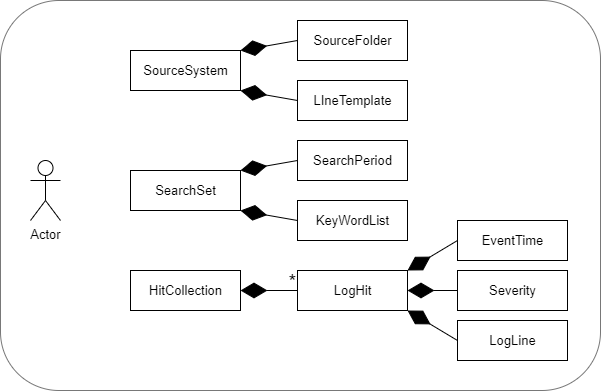
Earlier version of the draw.io export Illustrationer/LogWatcher_DomainModel_V1.drawio.png (FaderVader/CPH_Afgangsprojekt_2022). Source tidied: cells renumbered, new cells last; positions are measured from the earlier drawing's top-left corner, leaving out a move shared by most shapes.
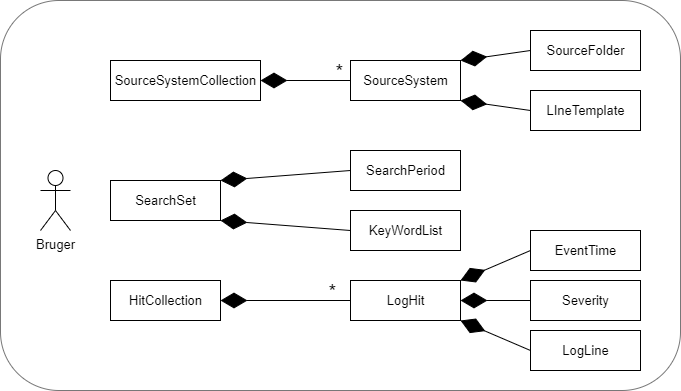
The same file after the commit.

What changed in the source:
```diff
@@ -2,20 +2,20 @@
   <root>
     <mxCell id="0" />
     <mxCell id="1" parent="0" />
-    <mxCell id="2" style="rounded=1;whiteSpace=wrap;html=1;labelBackgroundColor=none;fontSize=13;fillColor=none;glass=0;sketch=0;strokeColor=#787878;" parent="1" vertex="1">
-      <mxGeometry width="600" height="390" as="geometry" />
-    </mxCell>
+    <mxCell id="24" style="rounded=1;whiteSpace=wrap;html=1;labelBackgroundColor=none;fontSize=13;fillColor=none;glass=0;sketch=0;strokeColor=#787878;" parent="1" vertex="1">
+      <mxGeometry x="-60" y="-10" width="680" height="390" as="geometry" />
+    </mxCell>
     <mxCell id="3" value="&lt;font style=&quot;font-size: 13px;&quot;&gt;SourceSystem&lt;/font&gt;" style="html=1;" parent="1" vertex="1">
-      <mxGeometry x="130" y="50" width="110" height="40" as="geometry" />
+      <mxGeometry x="290" y="50" width="110" height="40" as="geometry" />
     </mxCell>
-    <mxCell id="4" value="Actor" style="shape=umlActor;verticalLabelPosition=bottom;verticalAlign=top;html=1;fontSize=13;" parent="1" vertex="1">
-      <mxGeometry x="30" y="160" width="30" height="60" as="geometry" />
-    </mxCell>
+    <mxCell id="25" value="Bruger" style="shape=umlActor;verticalLabelPosition=bottom;verticalAlign=top;html=1;fontSize=13;" parent="1" vertex="1">
+      <mxGeometry x="-20" y="160" width="30" height="60" as="geometry" />
+    </mxCell>
     <mxCell id="5" value="SourceFolder" style="html=1;fontSize=13;" parent="1" vertex="1">
-      <mxGeometry x="297" y="20" width="110" height="40" as="geometry" />
+      <mxGeometry x="470" y="20" width="110" height="40" as="geometry" />
     </mxCell>
     <mxCell id="6" value="LIneTemplate" style="html=1;fontSize=13;" parent="1" vertex="1">
-      <mxGeometry x="297" y="80" width="110" height="40" as="geometry" />
+      <mxGeometry x="470" y="80" width="110" height="40" as="geometry" />
     </mxCell>
     <mxCell id="7" style="endArrow=diamondThin;endFill=1;endSize=24;html=1;rounded=0;entryX=1;entryY=0;entryDx=0;entryDy=0;exitX=0;exitY=0.5;exitDx=0;exitDy=0;" parent="1" edge="1" source="5" target="3">
       <mxGeometry relative="1" as="geometry" />
@@ -24,13 +24,13 @@
       <mxGeometry relative="1" as="geometry" />
     </mxCell>
     <mxCell id="9" value="&lt;font style=&quot;font-size: 13px;&quot;&gt;SearchSet&lt;/font&gt;" style="html=1;" parent="1" vertex="1">
-      <mxGeometry x="130" y="170" width="110" height="40" as="geometry" />
+      <mxGeometry x="50" y="170" width="110" height="40" as="geometry" />
     </mxCell>
     <mxCell id="10" value="SearchPeriod" style="html=1;fontSize=13;" parent="1" vertex="1">
-      <mxGeometry x="297" y="140" width="110" height="40" as="geometry" />
+      <mxGeometry x="290" y="140" width="110" height="40" as="geometry" />
     </mxCell>
     <mxCell id="11" value="KeyWordList" style="html=1;fontSize=13;" parent="1" vertex="1">
-      <mxGeometry x="297" y="200" width="110" height="40" as="geometry" />
+      <mxGeometry x="290" y="200" width="110" height="40" as="geometry" />
     </mxCell>
     <mxCell id="12" style="endArrow=diamondThin;endFill=1;endSize=24;html=1;rounded=0;entryX=1;entryY=0;entryDx=0;entryDy=0;exitX=0;exitY=0.5;exitDx=0;exitDy=0;" parent="1" edge="1" source="10" target="9">
       <mxGeometry relative="1" as="geometry" />
@@ -39,16 +39,16 @@
       <mxGeometry relative="1" as="geometry" />
     </mxCell>
     <mxCell id="14" value="HitCollection" style="html=1;fontSize=13;" parent="1" vertex="1">
-      <mxGeometry x="130" y="270" width="110" height="40" as="geometry" />
+      <mxGeometry x="50" y="270" width="110" height="40" as="geometry" />
     </mxCell>
     <mxCell id="15" value="LogHit" style="html=1;fontSize=13;" parent="1" vertex="1">
-      <mxGeometry x="297" y="270" width="110" height="40" as="geometry" />
+      <mxGeometry x="290" y="270" width="110" height="40" as="geometry" />
     </mxCell>
     <mxCell id="16" value="EventTime" style="html=1;fontSize=13;" parent="1" vertex="1">
-      <mxGeometry x="457" y="220" width="110" height="40" as="geometry" />
+      <mxGeometry x="470" y="220" width="110" height="40" as="geometry" />
     </mxCell>
     <mxCell id="17" value="Severity" style="html=1;fontSize=13;" parent="1" vertex="1">
-      <mxGeometry x="457" y="270" width="110" height="40" as="geometry" />
+      <mxGeometry x="470" y="270" width="110" height="40" as="geometry" />
     </mxCell>
     <mxCell id="18" style="endArrow=diamondThin;endFill=1;endSize=24;html=1;rounded=0;fontSize=20;jumpSize=10;entryX=1;entryY=0;entryDx=0;entryDy=0;exitX=0;exitY=0.5;exitDx=0;exitDy=0;" parent="1" edge="1" source="16" target="15">
       <mxGeometry relative="1" as="geometry" />
@@ -59,16 +59,27 @@
     <mxCell id="20" style="endArrow=diamondThin;endFill=1;endSize=24;html=1;rounded=0;entryX=1;entryY=0.5;entryDx=0;entryDy=0;exitX=0;exitY=0.5;exitDx=0;exitDy=0;jumpSize=10;" parent="1" edge="1" source="15" target="14">
       <mxGeometry relative="1" as="geometry" />
     </mxCell>
-    <mxCell id="21" value="*" style="edgeLabel;html=1;align=center;verticalAlign=middle;fontSize=20;labelBackgroundColor=none;" parent="20" vertex="1">
-      <mxGeometry x="-0.67" y="1" relative="1" as="geometry">
-        <mxPoint x="3" y="-11" as="offset" />
-      </mxGeometry>
-    </mxCell>
+    <mxCell id="26" value="*" style="edgeLabel;html=1;align=center;verticalAlign=middle;fontSize=20;labelBackgroundColor=none;" parent="20" vertex="1">
+      <mxGeometry x="-0.67" y="1" relative="1" as="geometry">
+        <mxPoint x="3" y="-11" as="offset" />
+      </mxGeometry>
+    </mxCell>
     <mxCell id="22" value="LogLine" style="html=1;fontSize=13;" parent="1" vertex="1">
-      <mxGeometry x="457" y="320" width="110" height="40" as="geometry" />
+      <mxGeometry x="470" y="320" width="110" height="40" as="geometry" />
     </mxCell>
     <mxCell id="23" style="endArrow=diamondThin;endFill=1;endSize=24;html=1;rounded=0;fontSize=20;jumpSize=10;exitX=0;exitY=0.5;exitDx=0;exitDy=0;entryX=1;entryY=1;entryDx=0;entryDy=0;" parent="1" edge="1" source="22" target="15">
       <mxGeometry relative="1" as="geometry" />
     </mxCell>
+    <mxCell id="27" value="&lt;font style=&quot;font-size: 13px;&quot;&gt;SourceSystemCollection&lt;/font&gt;" style="html=1;" parent="1" vertex="1">
+      <mxGeometry x="50" y="50" width="150" height="40" as="geometry" />
+    </mxCell>
+    <mxCell id="28" style="endArrow=diamondThin;endFill=1;endSize=24;html=1;rounded=0;entryX=1;entryY=0.5;entryDx=0;entryDy=0;exitX=0;exitY=0.5;exitDx=0;exitDy=0;jumpSize=10;" parent="1" edge="1" source="3" target="27">
+      <mxGeometry relative="1" as="geometry" />
+    </mxCell>
+    <mxCell id="29" value="*" style="edgeLabel;html=1;align=center;verticalAlign=middle;fontSize=20;labelBackgroundColor=none;" parent="28" vertex="1">
+      <mxGeometry x="-0.67" y="1" relative="1" as="geometry">
+        <mxPoint x="3" y="-11" as="offset" />
+      </mxGeometry>
+    </mxCell>
   </root>
 </mxGraphModel>
```
